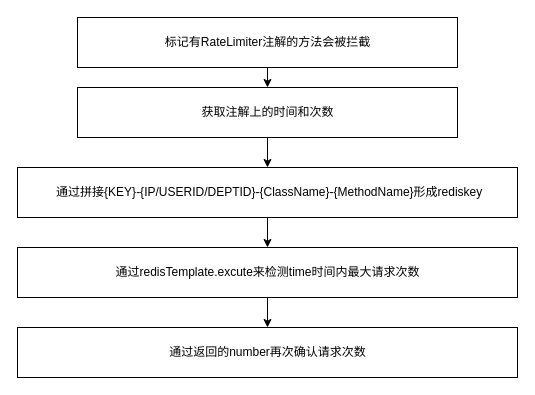
Before: doc/限流逻辑.drawio in TheChosenPerson/Ruoyi-Geek-SpringBoot3, a draw.io diagram. Source tidied: cells renumbered, new cells numbered last; positions are measured from the earlier drawing's top-left corner, leaving out a move shared by most shapes. Both pictures are drawn from the tidied source at 100%, with x=0, y=0 at pixel (17, 17).
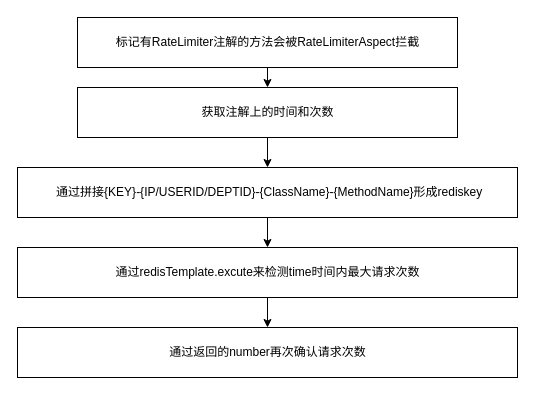
The same diagram, later.

Commit message (it also covers changes not shown here):
update other msg

What changed in the source:
```diff
@@
 <mxGraphModel>
   <root>
     <mxCell id="0" />
     <mxCell id="1" parent="0" />
     <mxCell id="2" style="edgeStyle=none;html=1;" parent="1" edge="1" source="3" target="5">
       <mxGeometry relative="1" as="geometry" />
     </mxCell>
-    <mxCell id="3" value="标记有RateLimiter注解的方法会被拦截" style="html=1;" parent="1" vertex="1">
+    <mxCell id="3" value="标记有RateLimiter注解的方法会被RateLimiterAspect拦截" style="html=1;" parent="1" vertex="1">
       <mxGeometry x="60" width="380" height="50" as="geometry" />
     </mxCell>
     <mxCell id="4" style="edgeStyle=none;html=1;" parent="1" edge="1" source="5" target="7">
       <mxGeometry relative="1" as="geometry" />
     </mxCell>
     <mxCell id="5" value="获取注解上的时间和次数" style="html=1;" parent="1" vertex="1">
       <mxGeometry x="60" y="70" width="380" height="50" as="geometry" />
     </mxCell>
     <mxCell id="6" style="edgeStyle=none;html=1;" parent="1" edge="1" source="7" target="9">
       <mxGeometry relative="1" as="geometry" />
     </mxCell>
     <mxCell id="7" value="&amp;nbsp;通过拼接{KEY}-{IP/USERID/DEPTID}-{ClassName}-{MethodName}形成rediskey" style="html=1;" parent="1" vertex="1">
       <mxGeometry y="150" width="500" height="50" as="geometry" />
     </mxCell>
     <mxCell id="8" style="edgeStyle=none;html=1;" parent="1" edge="1" source="9" target="10">
       <mxGeometry relative="1" as="geometry" />
     </mxCell>
     <mxCell id="9" value="通过redisTemplate.excute来检测time时间内最大请求次数" style="html=1;" parent="1" vertex="1">
       <mxGeometry y="230" width="500" height="50" as="geometry" />
     </mxCell>
     <mxCell id="10" value="通过返回的number再次确认请求次数" style="html=1;" parent="1" vertex="1">
       <mxGeometry y="310" width="500" height="50" as="geometry" />
     </mxCell>
   </root>
 </mxGraphModel>
```
